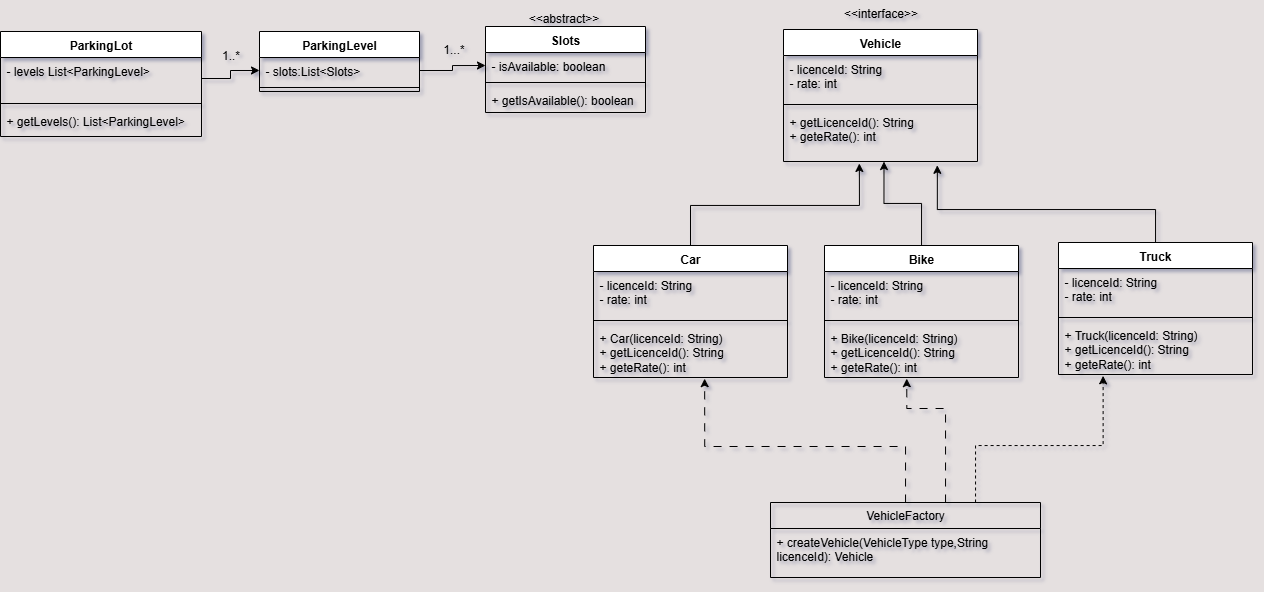
This is LLDDiagrams/ParakingLotSystem.png from ashutoshtiwari0928/LowLevelDesign, a draw.io export, as it was before one commit. Source tidied: cells renumbered, new cells last; positions are measured from the earlier drawing's top-left corner, leaving out a move shared by most shapes.
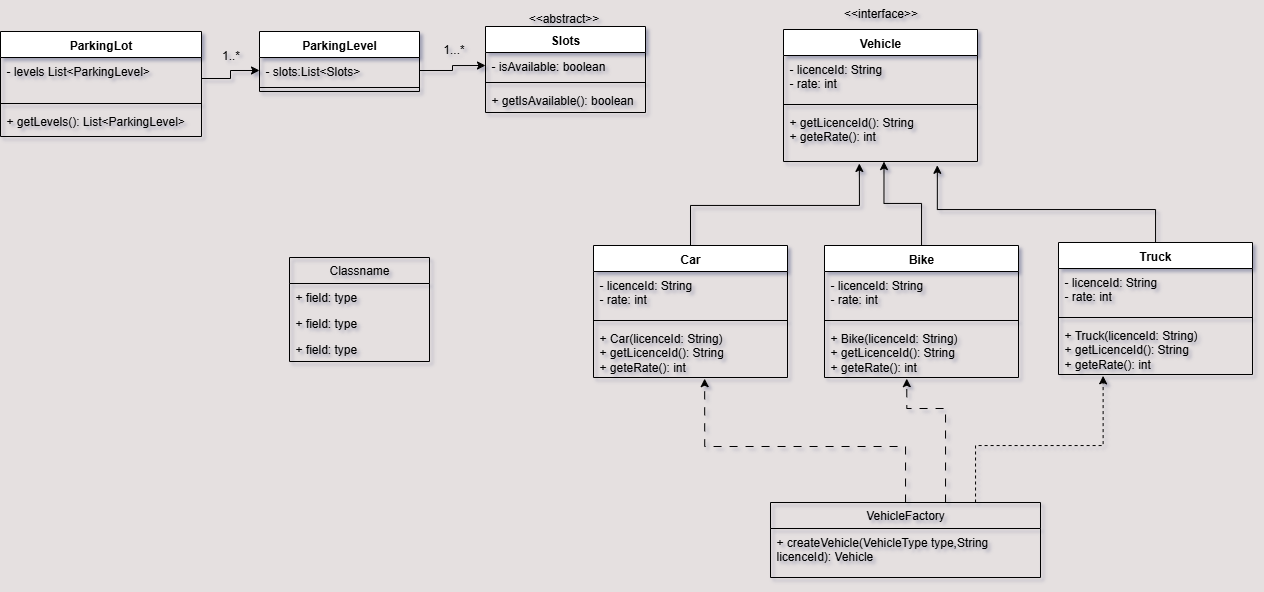
After the commit.

Commit message:
Update lld diagram

Change to the diagram source:
```diff
@@ -150,5 +150,17 @@
         </Array>
       </mxGeometry>
     </mxCell>
+    <mxCell id="43" value="Classname" style="swimlane;fontStyle=0;horizontal=1;startSize=26;fillColor=none;whiteSpace=wrap;html=1;" parent="1" vertex="1">
+      <mxGeometry x="289" y="257" width="140" height="104" as="geometry" />
+    </mxCell>
+    <mxCell id="44" value="+ field: type" style="text;strokeColor=none;fillColor=none;align=left;verticalAlign=top;spacingLeft=4;spacingRight=4;overflow=hidden;whiteSpace=wrap;html=1;" parent="43" vertex="1">
+      <mxGeometry y="26" width="140" height="26" as="geometry" />
+    </mxCell>
+    <mxCell id="45" value="+ field: type" style="text;strokeColor=none;fillColor=none;align=left;verticalAlign=top;spacingLeft=4;spacingRight=4;overflow=hidden;whiteSpace=wrap;html=1;" parent="43" vertex="1">
+      <mxGeometry y="52" width="140" height="26" as="geometry" />
+    </mxCell>
+    <mxCell id="46" value="+ field: type" style="text;strokeColor=none;fillColor=none;align=left;verticalAlign=top;spacingLeft=4;spacingRight=4;overflow=hidden;whiteSpace=wrap;html=1;" parent="43" vertex="1">
+      <mxGeometry y="78" width="140" height="26" as="geometry" />
+    </mxCell>
   </root>
 </mxGraphModel>
```
